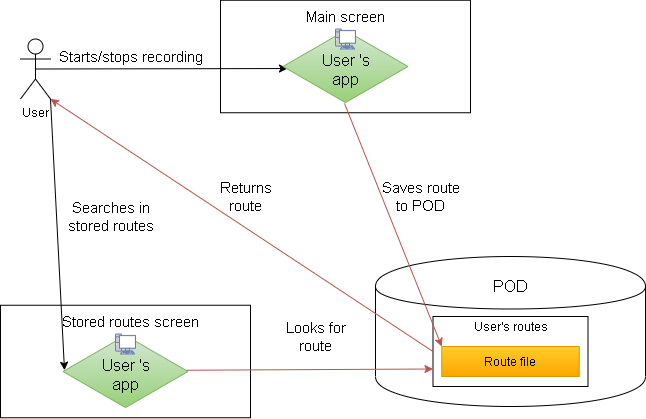
Above: src/docs/images/03_technicalContext.png in Arquisoft/viade_es2b (draw.io), before the change. Source tidied: cells renumbered, new cells last; positions are measured from the earlier drawing's top-left corner, leaving out a move shared by most shapes. Source of this version:
```xml
<mxGraphModel>
  <root>
    <mxCell id="0" />
    <mxCell id="1" parent="0" />
    <mxCell id="2" value="User" style="shape=umlActor;verticalLabelPosition=bottom;labelBackgroundColor=#ffffff;verticalAlign=top;html=1;outlineConnect=0;" parent="1" vertex="1">
      <mxGeometry x="20" y="38.5" width="30" height="60" as="geometry" />
    </mxCell>
    <mxCell id="3" style="endArrow=classic;html=1;exitX=0.5;exitY=0.5;exitDx=0;exitDy=0;exitPerimeter=0;" parent="1" edge="1" source="5">
      <mxGeometry relative="1" as="geometry">
        <mxPoint x="340" y="56" as="targetPoint" />
      </mxGeometry>
    </mxCell>
    <mxCell id="4" value="&lt;font style=&quot;font-size: 15px&quot;&gt;Starts/stops recording&lt;/font&gt;" style="text;html=1;align=center;verticalAlign=middle;rotation=0;" parent="1" vertex="1">
      <mxGeometry x="50" y="46" width="160" height="20" as="geometry" />
    </mxCell>
    <mxCell id="5" style="rounded=0;whiteSpace=wrap;html=1;" parent="1" vertex="1">
      <mxGeometry x="220" y="-0.2" width="250" height="112.5" as="geometry" />
    </mxCell>
    <mxCell id="6" style="endArrow=classic;html=1;exitX=0.5;exitY=0.5;exitDx=0;exitDy=0;exitPerimeter=0;entryX=0.036;entryY=0.527;entryDx=0;entryDy=0;entryPerimeter=0;" parent="1" edge="1" source="2" target="8">
      <mxGeometry relative="1" as="geometry" />
    </mxCell>
    <mxCell id="7" value="&lt;span style=&quot;font-size: 15px&quot;&gt;Main screen&lt;br&gt;&lt;/span&gt;" style="text;html=1;align=center;verticalAlign=middle;" parent="1" vertex="1">
      <mxGeometry x="300" y="6" width="90" height="20" as="geometry" />
    </mxCell>
    <mxCell id="8" style="html=1;whiteSpace=wrap;shape=isoRectangle;fillColor=#d5e8d4;strokeColor=#82b366;gradientColor=#97d077;" parent="1" vertex="1">
      <mxGeometry x="282.5" y="28.5" width="125" height="75" as="geometry" />
    </mxCell>
    <mxCell id="9" value="&lt;font style=&quot;font-size: 16px&quot;&gt;User 's&lt;br&gt;app&lt;/font&gt;" style="text;html=1;align=center;verticalAlign=middle;" parent="1" vertex="1">
      <mxGeometry x="315" y="48.5" width="60" height="40" as="geometry" />
    </mxCell>
    <mxCell id="10" style="fontColor=#0066CC;verticalAlign=top;verticalLabelPosition=bottom;labelPosition=center;align=center;html=1;fillColor=#CCCCCC;strokeColor=#6881B3;gradientColor=none;gradientDirection=north;strokeWidth=2;shape=mxgraph.networks.pc;" parent="1" vertex="1">
      <mxGeometry x="335" y="28.5" width="20" height="20" as="geometry" />
    </mxCell>
    <mxCell id="11" style="shape=cylinder;whiteSpace=wrap;html=1;boundedLbl=1;backgroundOutline=1;" parent="1" vertex="1">
      <mxGeometry x="375" y="256" width="270" height="150" as="geometry" />
    </mxCell>
    <mxCell id="12" value="&lt;font style=&quot;font-size: 16px&quot;&gt;POD&lt;/font&gt;" style="text;html=1;align=center;verticalAlign=middle;" parent="1" vertex="1">
      <mxGeometry x="485" y="276" width="50" height="20" as="geometry" />
    </mxCell>
    <mxCell id="13" style="rounded=0;whiteSpace=wrap;html=1;" parent="1" vertex="1">
      <mxGeometry x="432.5" y="316" width="155" height="70" as="geometry" />
    </mxCell>
    <mxCell id="14" value="User's routes" style="text;html=1;align=center;verticalAlign=middle;" parent="1" vertex="1">
      <mxGeometry x="465" y="316" width="90" height="20" as="geometry" />
    </mxCell>
    <mxCell id="15" value="Route file" style="rounded=0;whiteSpace=wrap;html=1;fillColor=#ffcd28;strokeColor=#d79b00;gradientColor=#ffa500;" parent="1" vertex="1">
      <mxGeometry x="441.2" y="346" width="137.5" height="30" as="geometry" />
    </mxCell>
    <mxCell id="16" style="endArrow=classic;html=1;exitX=0.492;exitY=0.993;exitDx=0;exitDy=0;exitPerimeter=0;entryX=0;entryY=0;entryDx=0;entryDy=0;gradientColor=#ea6b66;fillColor=#f8cecc;strokeColor=#b85450;" parent="1" edge="1" source="8" target="15">
      <mxGeometry relative="1" as="geometry" />
    </mxCell>
    <mxCell id="17" value="&lt;font style=&quot;font-size: 15px&quot;&gt;Saves route&lt;br&gt;to POD&lt;/font&gt;" style="text;html=1;align=center;verticalAlign=middle;" parent="1" vertex="1">
      <mxGeometry x="375" y="176" width="90" height="40" as="geometry" />
    </mxCell>
    <mxCell id="18" style="endArrow=classic;html=1;exitX=0.5;exitY=0.5;exitDx=0;exitDy=0;exitPerimeter=0;" parent="1" edge="1" source="19">
      <mxGeometry relative="1" as="geometry">
        <mxPoint x="120" y="361" as="targetPoint" />
      </mxGeometry>
    </mxCell>
    <mxCell id="19" style="rounded=0;whiteSpace=wrap;html=1;" parent="1" vertex="1">
      <mxGeometry y="304.8" width="250" height="112.5" as="geometry" />
    </mxCell>
    <mxCell id="20" value="&lt;span style=&quot;font-size: 15px&quot;&gt;Stored routes screen&lt;br&gt;&lt;/span&gt;" style="text;html=1;align=center;verticalAlign=middle;" parent="1" vertex="1">
      <mxGeometry x="55" y="311" width="150" height="20" as="geometry" />
    </mxCell>
    <mxCell id="21" style="html=1;whiteSpace=wrap;shape=isoRectangle;fillColor=#d5e8d4;strokeColor=#82b366;gradientColor=#97d077;" parent="1" vertex="1">
      <mxGeometry x="62.5" y="333.5" width="125" height="75" as="geometry" />
    </mxCell>
    <mxCell id="22" value="&lt;font style=&quot;font-size: 16px&quot;&gt;User 's&lt;br&gt;app&lt;/font&gt;" style="text;html=1;align=center;verticalAlign=middle;" parent="1" vertex="1">
      <mxGeometry x="95" y="353.5" width="60" height="40" as="geometry" />
    </mxCell>
    <mxCell id="23" style="fontColor=#0066CC;verticalAlign=top;verticalLabelPosition=bottom;labelPosition=center;align=center;html=1;fillColor=#CCCCCC;strokeColor=#6881B3;gradientColor=none;gradientDirection=north;strokeWidth=2;shape=mxgraph.networks.pc;" parent="1" vertex="1">
      <mxGeometry x="115" y="333.5" width="20" height="20" as="geometry" />
    </mxCell>
    <mxCell id="24" style="endArrow=classic;html=1;entryX=0.012;entryY=0.483;entryDx=0;entryDy=0;entryPerimeter=0;exitX=1;exitY=1;exitDx=0;exitDy=0;exitPerimeter=0;" parent="1" edge="1" source="2" target="21">
      <mxGeometry relative="1" as="geometry" />
    </mxCell>
    <mxCell id="25" value="&lt;font style=&quot;font-size: 15px&quot;&gt;Searches in&lt;br&gt;stored routes&lt;/font&gt;" style="text;html=1;align=center;verticalAlign=middle;" parent="1" vertex="1">
      <mxGeometry x="60" y="196" width="100" height="40" as="geometry" />
    </mxCell>
    <mxCell id="26" style="endArrow=classic;html=1;exitX=0.988;exitY=0.483;exitDx=0;exitDy=0;exitPerimeter=0;entryX=0;entryY=0.75;entryDx=0;entryDy=0;gradientColor=#ea6b66;fillColor=#f8cecc;strokeColor=#b85450;" parent="1" edge="1" source="21" target="13">
      <mxGeometry relative="1" as="geometry" />
    </mxCell>
    <mxCell id="27" value="&lt;font style=&quot;font-size: 15px&quot;&gt;Looks for&lt;br&gt;route&lt;/font&gt;" style="text;html=1;align=center;verticalAlign=middle;" parent="1" vertex="1">
      <mxGeometry x="275" y="316" width="80" height="40" as="geometry" />
    </mxCell>
    <mxCell id="28" style="endArrow=classic;html=1;exitX=0;exitY=0.5;exitDx=0;exitDy=0;gradientColor=#ea6b66;fillColor=#f8cecc;strokeColor=#b85450;entryX=1;entryY=1;entryDx=0;entryDy=0;entryPerimeter=0;" parent="1" edge="1" source="13" target="2">
      <mxGeometry relative="1" as="geometry" />
    </mxCell>
    <mxCell id="29" value="&lt;font style=&quot;font-size: 15px&quot;&gt;Returns&lt;br&gt;route&lt;/font&gt;" style="text;html=1;align=center;verticalAlign=middle;" parent="1" vertex="1">
      <mxGeometry x="210" y="176" width="70" height="40" as="geometry" />
    </mxCell>
  </root>
</mxGraphModel>
```
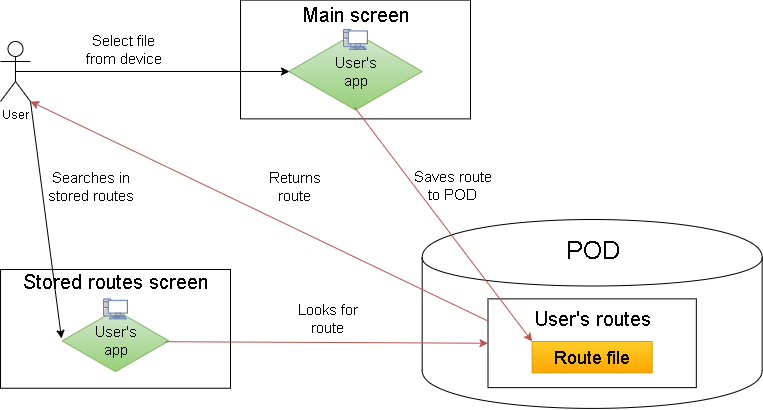
The same diagram one commit later.

What changed in the source:
```diff
@@ -3,92 +3,82 @@
     <mxCell id="0" />
     <mxCell id="1" parent="0" />
     <mxCell id="2" value="User" style="shape=umlActor;verticalLabelPosition=bottom;labelBackgroundColor=#ffffff;verticalAlign=top;html=1;outlineConnect=0;" parent="1" vertex="1">
-      <mxGeometry x="20" y="38.5" width="30" height="60" as="geometry" />
+      <mxGeometry x="90" y="48" width="30" height="60" as="geometry" />
     </mxCell>
-    <mxCell id="3" style="endArrow=classic;html=1;exitX=0.5;exitY=0.5;exitDx=0;exitDy=0;exitPerimeter=0;" parent="1" edge="1" source="5">
-      <mxGeometry relative="1" as="geometry">
-        <mxPoint x="340" y="56" as="targetPoint" />
-      </mxGeometry>
-    </mxCell>
-    <mxCell id="4" value="&lt;font style=&quot;font-size: 15px&quot;&gt;Starts/stops recording&lt;/font&gt;" style="text;html=1;align=center;verticalAlign=middle;rotation=0;" parent="1" vertex="1">
-      <mxGeometry x="50" y="46" width="160" height="20" as="geometry" />
-    </mxCell>
-    <mxCell id="5" style="rounded=0;whiteSpace=wrap;html=1;" parent="1" vertex="1">
-      <mxGeometry x="220" y="-0.2" width="250" height="112.5" as="geometry" />
-    </mxCell>
-    <mxCell id="6" style="endArrow=classic;html=1;exitX=0.5;exitY=0.5;exitDx=0;exitDy=0;exitPerimeter=0;entryX=0.036;entryY=0.527;entryDx=0;entryDy=0;entryPerimeter=0;" parent="1" edge="1" source="2" target="8">
-      <mxGeometry relative="1" as="geometry" />
-    </mxCell>
+    <mxCell id="30" value="&lt;font style=&quot;font-size: 15px&quot;&gt;Select file&lt;br&gt;from device&lt;/font&gt;" style="text;html=1;align=center;verticalAlign=middle;rotation=0;" parent="1" vertex="1">
+      <mxGeometry x="168.3" y="36" width="90" height="40" as="geometry" />
+    </mxCell>
+    <mxCell id="31" style="rounded=0;whiteSpace=wrap;html=1;" parent="1" vertex="1">
+      <mxGeometry x="330" y="6.6" width="230" height="118.8" as="geometry" />
+    </mxCell>
+    <mxCell id="32" style="html=1;whiteSpace=wrap;shape=isoRectangle;gradientColor=#97d077;fillColor=#d5e8d4;strokeColor=#82b366;noLabel=0;" parent="1" vertex="1">
+      <mxGeometry x="378.3" y="38" width="133.3" height="80" as="geometry" />
+    </mxCell>
-    <mxCell id="7" value="&lt;span style=&quot;font-size: 15px&quot;&gt;Main screen&lt;br&gt;&lt;/span&gt;" style="text;html=1;align=center;verticalAlign=middle;" parent="1" vertex="1">
-      <mxGeometry x="300" y="6" width="90" height="20" as="geometry" />
+    <mxCell id="7" value="&lt;font style=&quot;font-size: 20px&quot;&gt;Main screen&lt;/font&gt;" style="text;html=1;align=center;verticalAlign=middle;" parent="1" vertex="1">
+      <mxGeometry x="385" y="11" width="120" height="20" as="geometry" />
     </mxCell>
-    <mxCell id="8" style="html=1;whiteSpace=wrap;shape=isoRectangle;fillColor=#d5e8d4;strokeColor=#82b366;gradientColor=#97d077;" parent="1" vertex="1">
-      <mxGeometry x="282.5" y="28.5" width="125" height="75" as="geometry" />
-    </mxCell>
-    <mxCell id="9" value="&lt;font style=&quot;font-size: 16px&quot;&gt;User 's&lt;br&gt;app&lt;/font&gt;" style="text;html=1;align=center;verticalAlign=middle;" parent="1" vertex="1">
-      <mxGeometry x="315" y="48.5" width="60" height="40" as="geometry" />
-    </mxCell>
-    <mxCell id="10" style="fontColor=#0066CC;verticalAlign=top;verticalLabelPosition=bottom;labelPosition=center;align=center;html=1;fillColor=#CCCCCC;strokeColor=#6881B3;gradientColor=none;gradientDirection=north;strokeWidth=2;shape=mxgraph.networks.pc;" parent="1" vertex="1">
-      <mxGeometry x="335" y="28.5" width="20" height="20" as="geometry" />
-    </mxCell>
-    <mxCell id="11" style="shape=cylinder;whiteSpace=wrap;html=1;boundedLbl=1;backgroundOutline=1;" parent="1" vertex="1">
-      <mxGeometry x="375" y="256" width="270" height="150" as="geometry" />
-    </mxCell>
+    <mxCell id="33" style="fontColor=#0066CC;verticalAlign=top;verticalLabelPosition=bottom;labelPosition=center;align=center;html=1;fillColor=#CCCCCC;strokeColor=#6881B3;gradientColor=none;gradientDirection=north;strokeWidth=2;shape=mxgraph.networks.pc;" parent="1" vertex="1">
+      <mxGeometry x="433" y="36" width="24" height="20" as="geometry" />
+    </mxCell>
+    <mxCell id="34" value="&lt;font style=&quot;font-size: 15px&quot;&gt;User's&lt;br&gt;app&lt;/font&gt;" style="text;html=1;align=center;verticalAlign=middle;" parent="1" vertex="1">
+      <mxGeometry x="415" y="58" width="60" height="40" as="geometry" />
+    </mxCell>
+    <mxCell id="35" style="rounded=0;whiteSpace=wrap;html=1;" parent="1" vertex="1">
+      <mxGeometry x="90" y="276" width="230" height="118.8" as="geometry" />
+    </mxCell>
+    <mxCell id="36" style="html=1;whiteSpace=wrap;shape=isoRectangle;gradientColor=#97d077;fillColor=#d5e8d4;strokeColor=#82b366;" parent="1" vertex="1">
+      <mxGeometry x="151.7" y="315.4" width="106.7" height="64" as="geometry" />
+    </mxCell>
+    <mxCell id="20" value="&lt;font style=&quot;font-size: 20px&quot;&gt;Stored routes screen&lt;/font&gt;" style="text;html=1;align=center;verticalAlign=middle;" parent="1" vertex="1">
+      <mxGeometry x="105" y="278" width="200" height="20" as="geometry" />
+    </mxCell>
+    <mxCell id="37" style="fontColor=#0066CC;verticalAlign=top;verticalLabelPosition=bottom;labelPosition=center;align=center;html=1;fillColor=#CCCCCC;strokeColor=#6881B3;gradientColor=none;gradientDirection=north;strokeWidth=2;shape=mxgraph.networks.pc;" parent="1" vertex="1">
+      <mxGeometry x="193" y="305.4" width="24" height="20" as="geometry" />
+    </mxCell>
+    <mxCell id="38" value="&lt;font style=&quot;font-size: 15px&quot;&gt;User's&lt;br&gt;app&lt;/font&gt;" style="text;html=1;align=center;verticalAlign=middle;" parent="1" vertex="1">
+      <mxGeometry x="175" y="327.4" width="60" height="40" as="geometry" />
+    </mxCell>
+    <mxCell id="39" style="endArrow=classic;html=1;exitX=0.5;exitY=0.5;exitDx=0;exitDy=0;exitPerimeter=0;entryX=0.005;entryY=0.5;entryDx=0;entryDy=0;entryPerimeter=0;" parent="1" edge="1" source="2" target="32">
+      <mxGeometry relative="1" as="geometry" />
+    </mxCell>
+    <mxCell id="40" style="endArrow=classic;html=1;exitX=1;exitY=1;exitDx=0;exitDy=0;exitPerimeter=0;entryX=-0.006;entryY=0.463;entryDx=0;entryDy=0;entryPerimeter=0;" parent="1" edge="1" source="2" target="36">
+      <mxGeometry relative="1" as="geometry" />
+    </mxCell>
+    <mxCell id="25" value="&lt;font style=&quot;font-size: 15px&quot;&gt;Searches in&lt;br&gt;stored routes&lt;br&gt;&lt;/font&gt;" style="text;html=1;align=center;verticalAlign=middle;" parent="1" vertex="1">
+      <mxGeometry x="130" y="173" width="100" height="40" as="geometry" />
+    </mxCell>
+    <mxCell id="41" style="shape=cylinder;whiteSpace=wrap;html=1;boundedLbl=1;backgroundOutline=1;" parent="1" vertex="1">
+      <mxGeometry x="511.7" y="226" width="340" height="188.9" as="geometry" />
+    </mxCell>
+    <mxCell id="42" style="rounded=0;whiteSpace=wrap;html=1;" parent="1" vertex="1">
+      <mxGeometry x="577.5" y="305.4" width="208.3" height="88.8" as="geometry" />
+    </mxCell>
+    <mxCell id="15" value="&lt;font style=&quot;font-size: 18px&quot;&gt;Route file&lt;br&gt;&lt;/font&gt;" style="rounded=0;whiteSpace=wrap;html=1;gradientColor=#ffa500;fillColor=#ffcd28;strokeColor=#d79b00;" parent="1" vertex="1">
+      <mxGeometry x="621.7" y="348" width="120" height="31.4" as="geometry" />
+    </mxCell>
+    <mxCell id="14" value="&lt;font style=&quot;font-size: 20px&quot;&gt;User's routes&lt;/font&gt;" style="text;html=1;align=center;verticalAlign=middle;" parent="1" vertex="1">
+      <mxGeometry x="616.7" y="315.4" width="130" height="20" as="geometry" />
+    </mxCell>
-    <mxCell id="12" value="&lt;font style=&quot;font-size: 16px&quot;&gt;POD&lt;/font&gt;" style="text;html=1;align=center;verticalAlign=middle;" parent="1" vertex="1">
-      <mxGeometry x="485" y="276" width="50" height="20" as="geometry" />
+    <mxCell id="12" value="&lt;font style=&quot;font-size: 25px&quot;&gt;POD&lt;/font&gt;" style="text;html=1;align=center;verticalAlign=middle;" parent="1" vertex="1">
+      <mxGeometry x="646.7" y="246" width="70" height="20" as="geometry" />
     </mxCell>
-    <mxCell id="13" style="rounded=0;whiteSpace=wrap;html=1;" parent="1" vertex="1">
-      <mxGeometry x="432.5" y="316" width="155" height="70" as="geometry" />
-    </mxCell>
-    <mxCell id="14" value="User's routes" style="text;html=1;align=center;verticalAlign=middle;" parent="1" vertex="1">
-      <mxGeometry x="465" y="316" width="90" height="20" as="geometry" />
-    </mxCell>
-    <mxCell id="15" value="Route file" style="rounded=0;whiteSpace=wrap;html=1;fillColor=#ffcd28;strokeColor=#d79b00;gradientColor=#ffa500;" parent="1" vertex="1">
-      <mxGeometry x="441.2" y="346" width="137.5" height="30" as="geometry" />
-    </mxCell>
-    <mxCell id="16" style="endArrow=classic;html=1;exitX=0.492;exitY=0.993;exitDx=0;exitDy=0;exitPerimeter=0;entryX=0;entryY=0;entryDx=0;entryDy=0;gradientColor=#ea6b66;fillColor=#f8cecc;strokeColor=#b85450;" parent="1" edge="1" source="8" target="15">
-      <mxGeometry relative="1" as="geometry" />
-    </mxCell>
+    <mxCell id="43" style="endArrow=classic;html=1;exitX=0.968;exitY=0.513;exitDx=0;exitDy=0;exitPerimeter=0;entryX=0;entryY=0.5;entryDx=0;entryDy=0;gradientColor=#ea6b66;fillColor=#f8cecc;strokeColor=#b85450;" parent="1" edge="1" source="36" target="42">
+      <mxGeometry relative="1" as="geometry" />
+    </mxCell>
+    <mxCell id="27" value="&lt;font style=&quot;font-size: 15px&quot;&gt;Looks for&lt;br&gt;route&lt;/font&gt;" style="text;html=1;align=center;verticalAlign=middle;" parent="1" vertex="1">
+      <mxGeometry x="377" y="305.4" width="80" height="40" as="geometry" />
+    </mxCell>
+    <mxCell id="44" style="endArrow=classic;html=1;exitX=0;exitY=0.25;exitDx=0;exitDy=0;entryX=1;entryY=1;entryDx=0;entryDy=0;gradientColor=#ea6b66;fillColor=#f8cecc;strokeColor=#b85450;entryPerimeter=0;" parent="1" edge="1" source="42" target="2">
+      <mxGeometry relative="1" as="geometry" />
+    </mxCell>
+    <mxCell id="29" value="&lt;font style=&quot;font-size: 15px&quot;&gt;Returns&lt;br&gt;route&lt;/font&gt;" style="text;html=1;align=center;verticalAlign=middle;" parent="1" vertex="1">
+      <mxGeometry x="349" y="173" width="70" height="40" as="geometry" />
+    </mxCell>
+    <mxCell id="45" style="endArrow=classic;html=1;exitX=0.495;exitY=0.951;exitDx=0;exitDy=0;exitPerimeter=0;entryX=0;entryY=0;entryDx=0;entryDy=0;gradientColor=#ea6b66;fillColor=#f8cecc;strokeColor=#b85450;" parent="1" edge="1" source="32" target="15">
+      <mxGeometry relative="1" as="geometry" />
+    </mxCell>
     <mxCell id="17" value="&lt;font style=&quot;font-size: 15px&quot;&gt;Saves route&lt;br&gt;to POD&lt;/font&gt;" style="text;html=1;align=center;verticalAlign=middle;" parent="1" vertex="1">
-      <mxGeometry x="375" y="176" width="90" height="40" as="geometry" />
+      <mxGeometry x="497" y="172" width="90" height="40" as="geometry" />
     </mxCell>
-    <mxCell id="18" style="endArrow=classic;html=1;exitX=0.5;exitY=0.5;exitDx=0;exitDy=0;exitPerimeter=0;" parent="1" edge="1" source="19">
-      <mxGeometry relative="1" as="geometry">
-        <mxPoint x="120" y="361" as="targetPoint" />
-      </mxGeometry>
-    </mxCell>
-    <mxCell id="19" style="rounded=0;whiteSpace=wrap;html=1;" parent="1" vertex="1">
-      <mxGeometry y="304.8" width="250" height="112.5" as="geometry" />
-    </mxCell>
-    <mxCell id="20" value="&lt;span style=&quot;font-size: 15px&quot;&gt;Stored routes screen&lt;br&gt;&lt;/span&gt;" style="text;html=1;align=center;verticalAlign=middle;" parent="1" vertex="1">
-      <mxGeometry x="55" y="311" width="150" height="20" as="geometry" />
-    </mxCell>
-    <mxCell id="21" style="html=1;whiteSpace=wrap;shape=isoRectangle;fillColor=#d5e8d4;strokeColor=#82b366;gradientColor=#97d077;" parent="1" vertex="1">
-      <mxGeometry x="62.5" y="333.5" width="125" height="75" as="geometry" />
-    </mxCell>
-    <mxCell id="22" value="&lt;font style=&quot;font-size: 16px&quot;&gt;User 's&lt;br&gt;app&lt;/font&gt;" style="text;html=1;align=center;verticalAlign=middle;" parent="1" vertex="1">
-      <mxGeometry x="95" y="353.5" width="60" height="40" as="geometry" />
-    </mxCell>
-    <mxCell id="23" style="fontColor=#0066CC;verticalAlign=top;verticalLabelPosition=bottom;labelPosition=center;align=center;html=1;fillColor=#CCCCCC;strokeColor=#6881B3;gradientColor=none;gradientDirection=north;strokeWidth=2;shape=mxgraph.networks.pc;" parent="1" vertex="1">
-      <mxGeometry x="115" y="333.5" width="20" height="20" as="geometry" />
-    </mxCell>
-    <mxCell id="24" style="endArrow=classic;html=1;entryX=0.012;entryY=0.483;entryDx=0;entryDy=0;entryPerimeter=0;exitX=1;exitY=1;exitDx=0;exitDy=0;exitPerimeter=0;" parent="1" edge="1" source="2" target="21">
-      <mxGeometry relative="1" as="geometry" />
-    </mxCell>
-    <mxCell id="25" value="&lt;font style=&quot;font-size: 15px&quot;&gt;Searches in&lt;br&gt;stored routes&lt;/font&gt;" style="text;html=1;align=center;verticalAlign=middle;" parent="1" vertex="1">
-      <mxGeometry x="60" y="196" width="100" height="40" as="geometry" />
-    </mxCell>
-    <mxCell id="26" style="endArrow=classic;html=1;exitX=0.988;exitY=0.483;exitDx=0;exitDy=0;exitPerimeter=0;entryX=0;entryY=0.75;entryDx=0;entryDy=0;gradientColor=#ea6b66;fillColor=#f8cecc;strokeColor=#b85450;" parent="1" edge="1" source="21" target="13">
-      <mxGeometry relative="1" as="geometry" />
-    </mxCell>
-    <mxCell id="27" value="&lt;font style=&quot;font-size: 15px&quot;&gt;Looks for&lt;br&gt;route&lt;/font&gt;" style="text;html=1;align=center;verticalAlign=middle;" parent="1" vertex="1">
-      <mxGeometry x="275" y="316" width="80" height="40" as="geometry" />
-    </mxCell>
-    <mxCell id="28" style="endArrow=classic;html=1;exitX=0;exitY=0.5;exitDx=0;exitDy=0;gradientColor=#ea6b66;fillColor=#f8cecc;strokeColor=#b85450;entryX=1;entryY=1;entryDx=0;entryDy=0;entryPerimeter=0;" parent="1" edge="1" source="13" target="2">
-      <mxGeometry relative="1" as="geometry" />
-    </mxCell>
-    <mxCell id="29" value="&lt;font style=&quot;font-size: 15px&quot;&gt;Returns&lt;br&gt;route&lt;/font&gt;" style="text;html=1;align=center;verticalAlign=middle;" parent="1" vertex="1">
-      <mxGeometry x="210" y="176" width="70" height="40" as="geometry" />
-    </mxCell>
   </root>
 </mxGraphModel>
```
